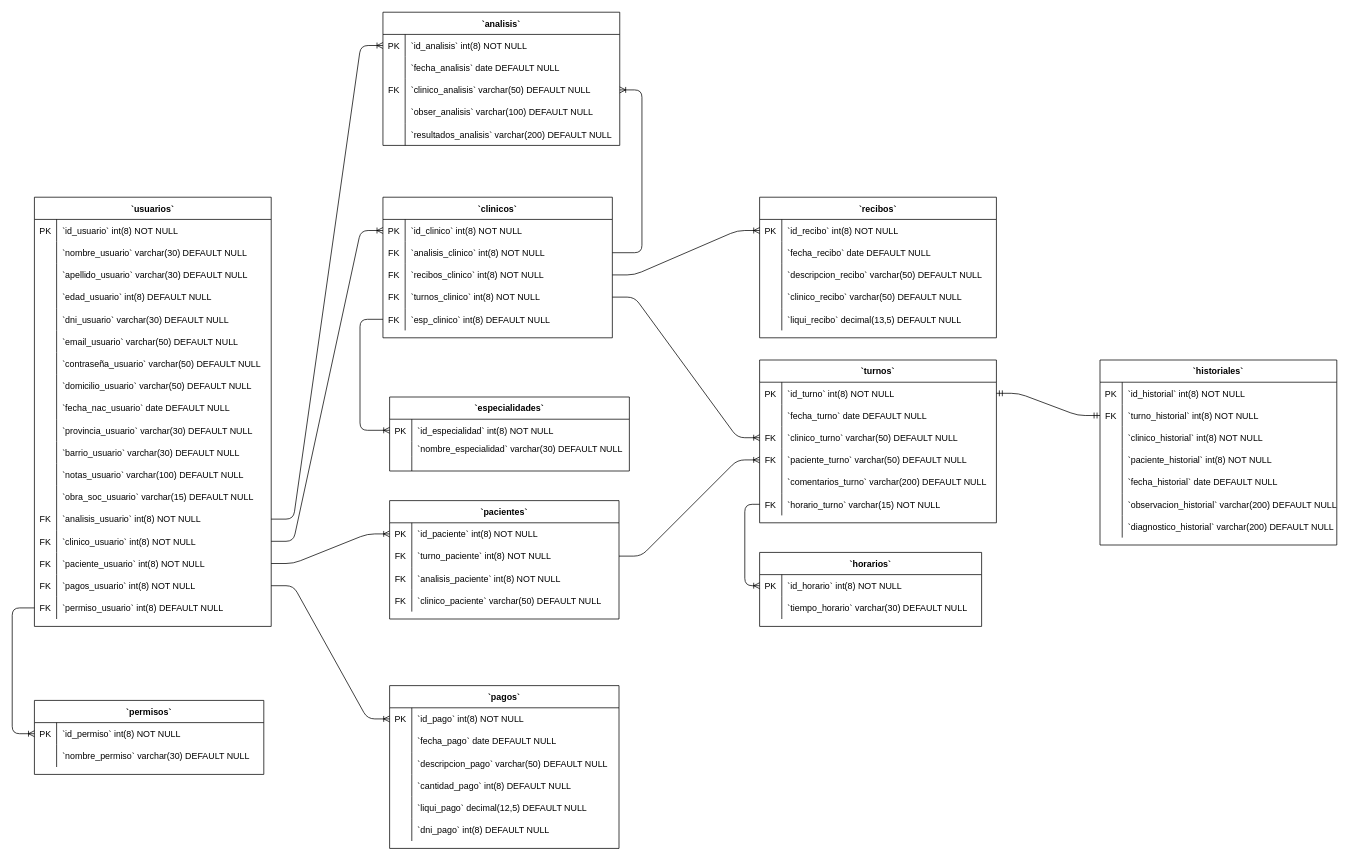
Before: theclinicadmV1.0.drawio in LDMa777/TheClinicAdm3.0, a draw.io diagram. Source tidied: cells renumbered, new cells numbered last; positions are measured from the earlier drawing's top-left corner, leaving out a move shared by most shapes. Both pictures are drawn from the tidied source at 74%, with x=0, y=0 at pixel (12, 12).
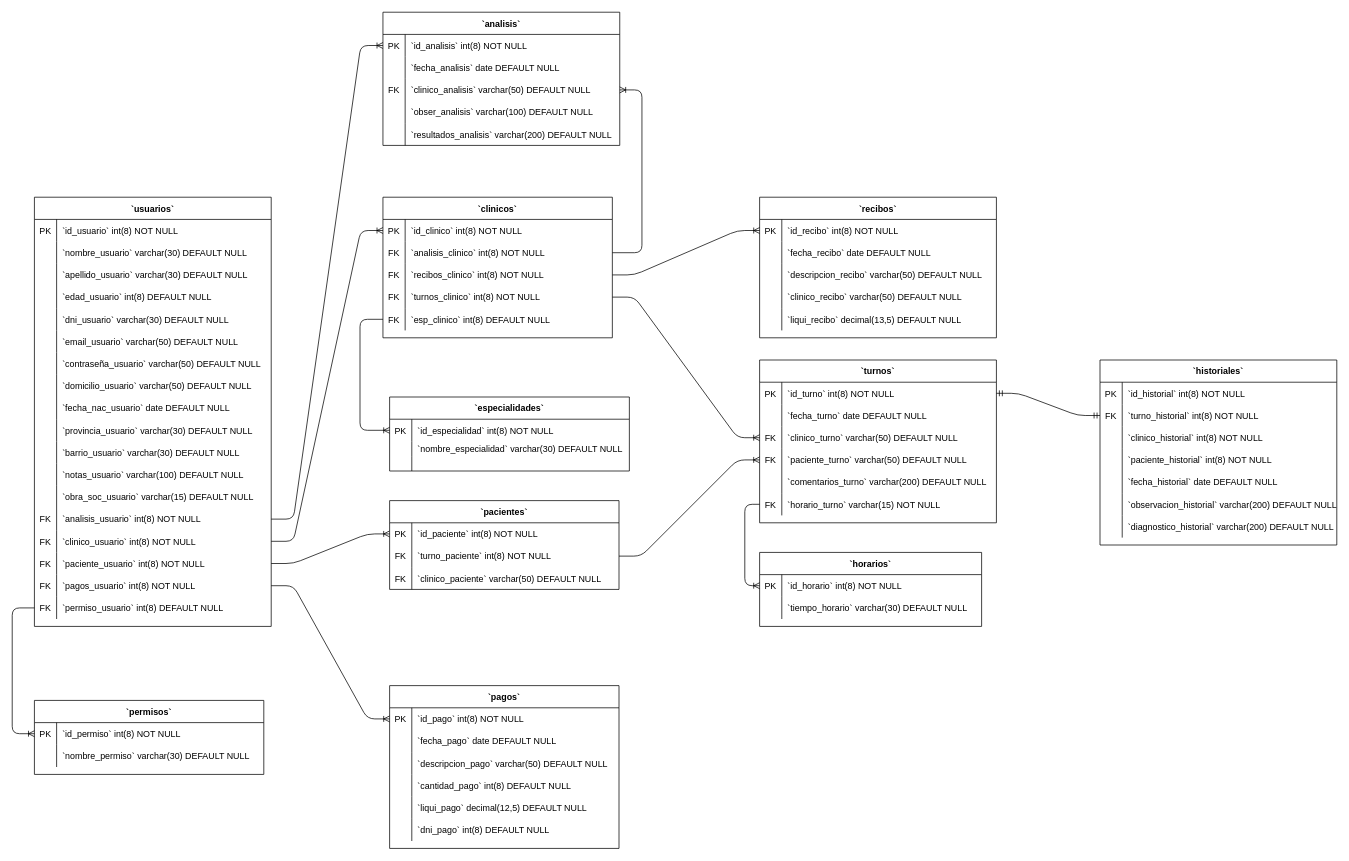
The same diagram, later.

What changed in the source:
```diff
@@
     <mxCell id="132" value="`pacientes`" style="shape=table;startSize=30;childLayout=tableLayout;rowLines=0;fontStyle=1;align=center;" parent="1" vertex="1">
-      <mxGeometry x="510" y="660" width="310" height="160" as="geometry" />
+      <mxGeometry x="510" y="660" width="310" height="120" as="geometry" />
     </mxCell>
@@
-    <mxCell id="139" style="shape=partialRectangle;fillColor=none;top=0;left=0;right=0;bottom=0;" parent="132" vertex="1">
-      <mxGeometry y="90" width="310" height="30" as="geometry" />
-    </mxCell>
-    <mxCell id="140" value="FK" style="shape=partialRectangle;overflow=hidden;fillColor=none;top=0;left=0;bottom=0;right=0;" parent="139" vertex="1">
-      <mxGeometry width="30" height="30" as="geometry" />
-    </mxCell>
-    <mxCell id="141" value="`analisis_paciente` int(8) NOT NULL" style="shape=partialRectangle;overflow=hidden;fillColor=none;top=0;left=0;bottom=0;right=0;align=left;spacingLeft=6;" parent="139" vertex="1">
-      <mxGeometry x="30" width="280" height="30" as="geometry" />
-    </mxCell>
     <mxCell id="142" style="shape=partialRectangle;fillColor=none;top=0;left=0;right=0;bottom=0;" parent="132" vertex="1">
-      <mxGeometry y="120" width="310" height="30" as="geometry" />
+      <mxGeometry y="90" width="310" height="30" as="geometry" />
     </mxCell>
```
